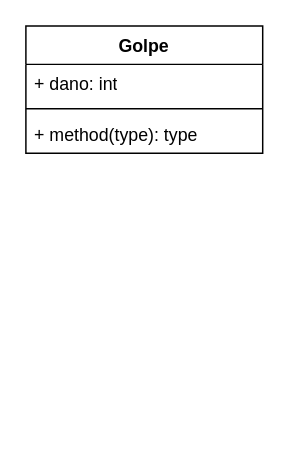
Before: aps/pocket smd(exemplo professor).drawio in joana-lima/smd-projects, a draw.io diagram. Source tidied: cells renumbered, new cells numbered last; positions are measured from the earlier drawing's top-left corner, leaving out a move shared by most shapes. Both pictures are drawn from the tidied source at 148%, with x=0, y=0 at pixel (25, 25).
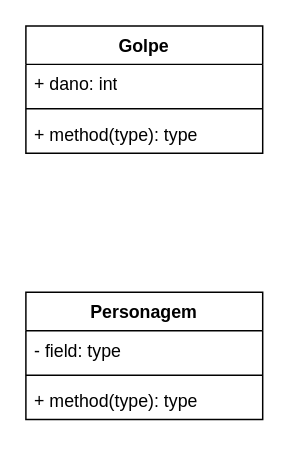
Above is the later version.

Change to the diagram source:
```diff
@@
 <mxGraphModel>
   <root>
     <mxCell id="0" />
     <mxCell id="1" parent="0" />
     <mxCell id="2" value="Golpe" style="swimlane;fontStyle=1;align=center;verticalAlign=top;horizontal=1;startSize=26;whiteSpace=wrap;html=1;" parent="1" vertex="1">
       <mxGeometry width="160" height="86" as="geometry" />
     </mxCell>
     <mxCell id="3" value="+ dano: int" style="text;strokeColor=none;fillColor=none;align=left;verticalAlign=top;spacingLeft=4;spacingRight=4;overflow=hidden;whiteSpace=wrap;html=1;" parent="2" vertex="1">
       <mxGeometry y="26" width="160" height="26" as="geometry" />
     </mxCell>
     <mxCell id="4" style="line;strokeWidth=1;fillColor=none;align=left;verticalAlign=middle;spacingTop=-1;spacingLeft=3;spacingRight=3;labelPosition=right;strokeColor=inherit;" parent="2" vertex="1">
       <mxGeometry y="52" width="160" height="8" as="geometry" />
     </mxCell>
     <mxCell id="5" value="+ method(type): type" style="text;strokeColor=none;fillColor=none;align=left;verticalAlign=top;spacingLeft=4;spacingRight=4;overflow=hidden;whiteSpace=wrap;html=1;" parent="2" vertex="1">
       <mxGeometry y="60" width="160" height="26" as="geometry" />
     </mxCell>
+    <mxCell id="6" value="Personagem" style="swimlane;fontStyle=1;align=center;verticalAlign=top;horizontal=1;startSize=26;whiteSpace=wrap;html=1;" parent="1" vertex="1">
+      <mxGeometry y="180" width="160" height="86" as="geometry" />
+    </mxCell>
+    <mxCell id="7" value="- field: type" style="text;strokeColor=none;fillColor=none;align=left;verticalAlign=top;spacingLeft=4;spacingRight=4;overflow=hidden;whiteSpace=wrap;html=1;" parent="6" vertex="1">
+      <mxGeometry y="26" width="160" height="26" as="geometry" />
+    </mxCell>
+    <mxCell id="8" style="line;strokeWidth=1;fillColor=none;align=left;verticalAlign=middle;spacingTop=-1;spacingLeft=3;spacingRight=3;labelPosition=right;strokeColor=inherit;" parent="6" vertex="1">
+      <mxGeometry y="52" width="160" height="8" as="geometry" />
+    </mxCell>
+    <mxCell id="9" value="+ method(type): type" style="text;strokeColor=none;fillColor=none;align=left;verticalAlign=top;spacingLeft=4;spacingRight=4;overflow=hidden;whiteSpace=wrap;html=1;" parent="6" vertex="1">
+      <mxGeometry y="60" width="160" height="26" as="geometry" />
+    </mxCell>
   </root>
 </mxGraphModel>
```
